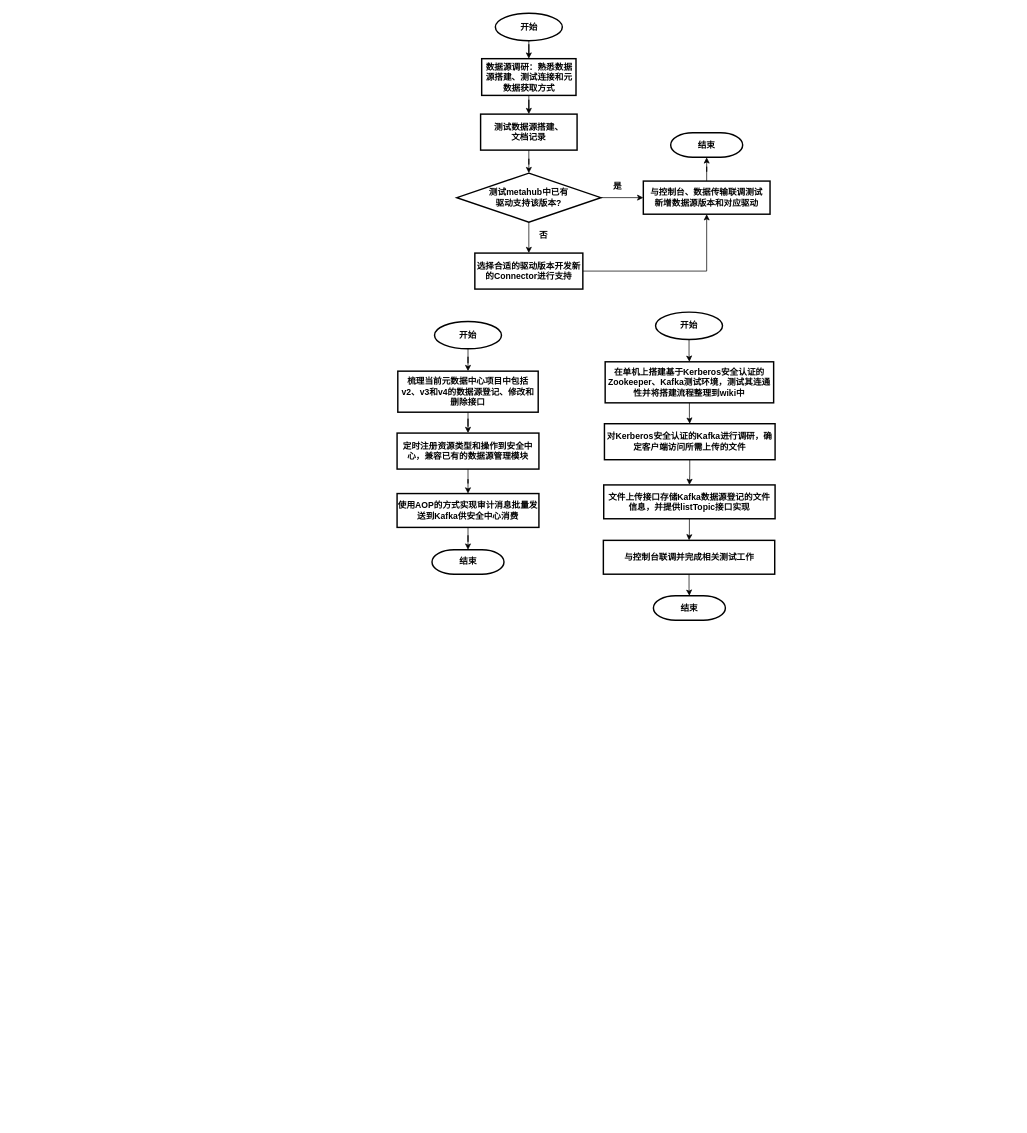
Earlier version of the draw.io diagram cmd/未命名绘图.drawio (yangminWFN/studynotes). Source tidied: cells renumbered, new cells numbered last; positions are measured from the earlier drawing's top-left corner, leaving out a move shared by most shapes. Both pictures are drawn from the tidied source at 72%, with x=0, y=0 at pixel (397, 13).
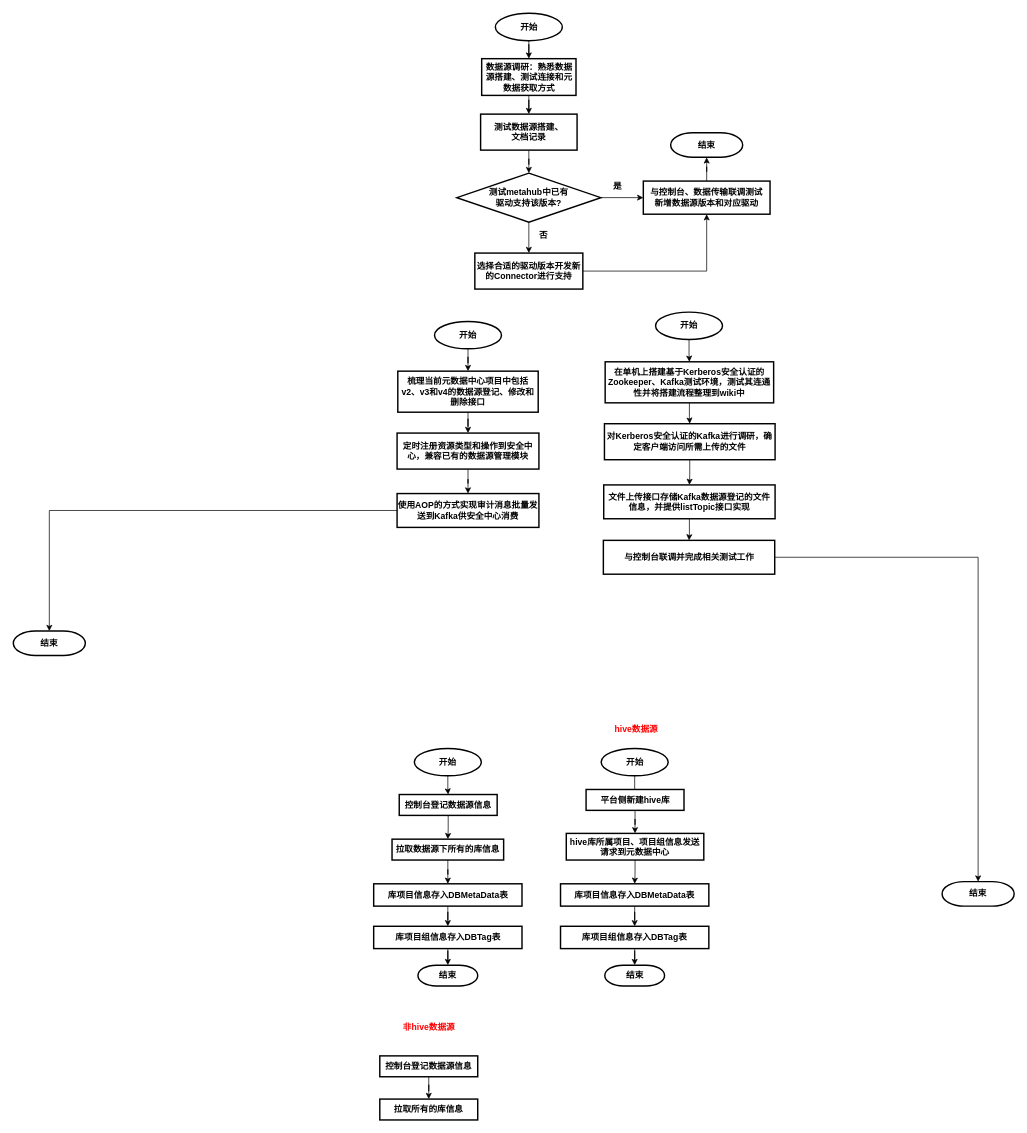
The same diagram, later.

Commit message:
更新未命名绘图.drawio

The edit, as a diff of the source:
```diff
@@
     <mxCell id="24" value="结束" style="strokeWidth=2;html=1;shape=mxgraph.flowchart.terminator;whiteSpace=wrap;fontStyle=1;" parent="1" vertex="1">
-      <mxGeometry x="48.5" y="745" width="100" height="34" as="geometry" />
+      <mxGeometry x="-533" y="858" width="100" height="34" as="geometry" />
     </mxCell>
@@
     <mxCell id="33" value="结束" style="strokeWidth=2;html=1;shape=mxgraph.flowchart.terminator;whiteSpace=wrap;fontStyle=1;" parent="1" vertex="1">
-      <mxGeometry x="356" y="809" width="100" height="34" as="geometry" />
+      <mxGeometry x="757" y="1206" width="100" height="34" as="geometry" />
     </mxCell>
@@
+    <mxCell id="38" style="edgeStyle=orthogonalEdgeStyle;rounded=0;jettySize=auto;html=1;" parent="1" edge="1" source="39" target="41">
+      <mxGeometry relative="1" as="geometry" />
+    </mxCell>
+    <mxCell id="39" value="开始" style="strokeWidth=2;html=1;shape=mxgraph.flowchart.start_1;whiteSpace=wrap;fontStyle=1;" parent="1" vertex="1">
+      <mxGeometry x="24" y="1021" width="93" height="38" as="geometry" />
+    </mxCell>
+    <mxCell id="40" style="edgeStyle=orthogonalEdgeStyle;rounded=0;jettySize=auto;html=1;" parent="1" edge="1" source="41" target="43">
+      <mxGeometry relative="1" as="geometry" />
+    </mxCell>
+    <mxCell id="41" value="控制台登记数据源信息" style="whiteSpace=wrap;html=1;strokeWidth=2;fontStyle=1;" parent="1" vertex="1">
+      <mxGeometry x="3" y="1085" width="136" height="29" as="geometry" />
+    </mxCell>
+    <mxCell id="42" style="edgeStyle=orthogonalEdgeStyle;rounded=0;jettySize=auto;html=1;" parent="1" edge="1" source="43" target="45">
+      <mxGeometry relative="1" as="geometry" />
+    </mxCell>
+    <mxCell id="43" value="拉取数据源下所有的库信息" style="whiteSpace=wrap;html=1;strokeWidth=2;fontStyle=1;" parent="1" vertex="1">
+      <mxGeometry x="-7" y="1147" width="155" height="29" as="geometry" />
+    </mxCell>
+    <mxCell id="44" style="edgeStyle=orthogonalEdgeStyle;rounded=0;jettySize=auto;html=1;fontColor=#FF0000;" parent="1" edge="1" source="45" target="48">
+      <mxGeometry relative="1" as="geometry" />
+    </mxCell>
+    <mxCell id="45" value="库项目信息存入DBMetaData表" style="whiteSpace=wrap;html=1;strokeWidth=2;fontStyle=1;" parent="1" vertex="1">
+      <mxGeometry x="-32.5" y="1209" width="206" height="31" as="geometry" />
+    </mxCell>
+    <mxCell id="46" value="非hive数据源" style="text;html=1;align=center;verticalAlign=middle;strokeColor=none;fillColor=none;fontStyle=1;fontColor=#FF0000;" parent="1" vertex="1">
+      <mxGeometry x="-1" y="1396" width="90" height="26" as="geometry" />
+    </mxCell>
+    <mxCell id="47" style="edgeStyle=orthogonalEdgeStyle;rounded=0;jettySize=auto;html=1;fontColor=#FF0000;" parent="1" edge="1" source="48" target="49">
+      <mxGeometry relative="1" as="geometry" />
+    </mxCell>
+    <mxCell id="48" value="库项目组信息存入DBTag表" style="whiteSpace=wrap;html=1;strokeWidth=2;fontStyle=1;" parent="1" vertex="1">
+      <mxGeometry x="-32.5" y="1268" width="206" height="31" as="geometry" />
+    </mxCell>
+    <mxCell id="49" value="&lt;font color=&quot;#000000&quot;&gt;结束&lt;/font&gt;" style="strokeWidth=2;html=1;shape=mxgraph.flowchart.terminator;whiteSpace=wrap;fontColor=#FF0000;fontStyle=1;" parent="1" vertex="1">
+      <mxGeometry x="29" y="1322" width="83" height="29" as="geometry" />
+    </mxCell>
+    <mxCell id="50" style="edgeStyle=orthogonalEdgeStyle;rounded=0;jettySize=auto;html=1;" parent="1" edge="1" source="51" target="53">
+      <mxGeometry relative="1" as="geometry" />
+    </mxCell>
+    <mxCell id="51" value="开始" style="strokeWidth=2;html=1;shape=mxgraph.flowchart.start_1;whiteSpace=wrap;fontStyle=1;" parent="1" vertex="1">
+      <mxGeometry x="283.5" y="1021" width="93" height="38" as="geometry" />
+    </mxCell>
+    <mxCell id="52" style="edgeStyle=orthogonalEdgeStyle;rounded=0;jettySize=auto;html=1;" parent="1" edge="1" source="53" target="55">
+      <mxGeometry relative="1" as="geometry" />
+    </mxCell>
+    <mxCell id="53" value="平台侧新建hive库" style="whiteSpace=wrap;html=1;strokeWidth=2;fontStyle=1;" parent="1" vertex="1">
+      <mxGeometry x="262.5" y="1078" width="136" height="29" as="geometry" />
+    </mxCell>
+    <mxCell id="54" style="edgeStyle=orthogonalEdgeStyle;rounded=0;jettySize=auto;html=1;" parent="1" edge="1" source="55" target="57">
+      <mxGeometry relative="1" as="geometry" />
+    </mxCell>
+    <mxCell id="55" value="hive库所属项目、项目组信息发送请求到元数据中心" style="whiteSpace=wrap;html=1;strokeWidth=2;fontStyle=1;" parent="1" vertex="1">
+      <mxGeometry x="235" y="1139" width="191" height="37" as="geometry" />
+    </mxCell>
+    <mxCell id="56" style="edgeStyle=orthogonalEdgeStyle;rounded=0;jettySize=auto;html=1;fontColor=#FF0000;" parent="1" edge="1" source="57" target="60">
+      <mxGeometry relative="1" as="geometry" />
+    </mxCell>
+    <mxCell id="57" value="库项目信息存入DBMetaData表" style="whiteSpace=wrap;html=1;strokeWidth=2;fontStyle=1;" parent="1" vertex="1">
+      <mxGeometry x="227" y="1209" width="206" height="31" as="geometry" />
+    </mxCell>
+    <mxCell id="58" value="hive数据源" style="text;html=1;align=center;verticalAlign=middle;strokeColor=none;fillColor=none;fontStyle=1;fontColor=#FF0000;" parent="1" vertex="1">
+      <mxGeometry x="293" y="981" width="78" height="26" as="geometry" />
+    </mxCell>
+    <mxCell id="59" style="edgeStyle=orthogonalEdgeStyle;rounded=0;jettySize=auto;html=1;fontColor=#FF0000;" parent="1" edge="1" source="60" target="61">
+      <mxGeometry relative="1" as="geometry" />
+    </mxCell>
+    <mxCell id="60" value="库项目组信息存入DBTag表" style="whiteSpace=wrap;html=1;strokeWidth=2;fontStyle=1;" parent="1" vertex="1">
+      <mxGeometry x="227" y="1268" width="206" height="31" as="geometry" />
+    </mxCell>
+    <mxCell id="61" value="&lt;font color=&quot;#000000&quot;&gt;结束&lt;/font&gt;" style="strokeWidth=2;html=1;shape=mxgraph.flowchart.terminator;whiteSpace=wrap;fontColor=#FF0000;fontStyle=1;" parent="1" vertex="1">
+      <mxGeometry x="288.5" y="1322" width="83" height="29" as="geometry" />
+    </mxCell>
+    <mxCell id="62" style="edgeStyle=orthogonalEdgeStyle;rounded=0;jettySize=auto;html=1;exitX=0.5;exitY=1;exitDx=0;exitDy=0;fontColor=#FF0000;" parent="1" edge="1" source="63" target="64">
+      <mxGeometry relative="1" as="geometry" />
+    </mxCell>
+    <mxCell id="63" value="控制台登记数据源信息" style="whiteSpace=wrap;html=1;strokeWidth=2;fontStyle=1;" parent="1" vertex="1">
+      <mxGeometry x="-24" y="1448" width="136" height="29" as="geometry" />
+    </mxCell>
+    <mxCell id="64" value="&lt;font color=&quot;#000000&quot;&gt;拉取所有的库信息&lt;/font&gt;" style="whiteSpace=wrap;html=1;strokeWidth=2;fontStyle=1;strokeColor=#000000;fontColor=#FF0000;" parent="1" vertex="1">
+      <mxGeometry x="-24" y="1508" width="136" height="29" as="geometry" />
+    </mxCell>
```
